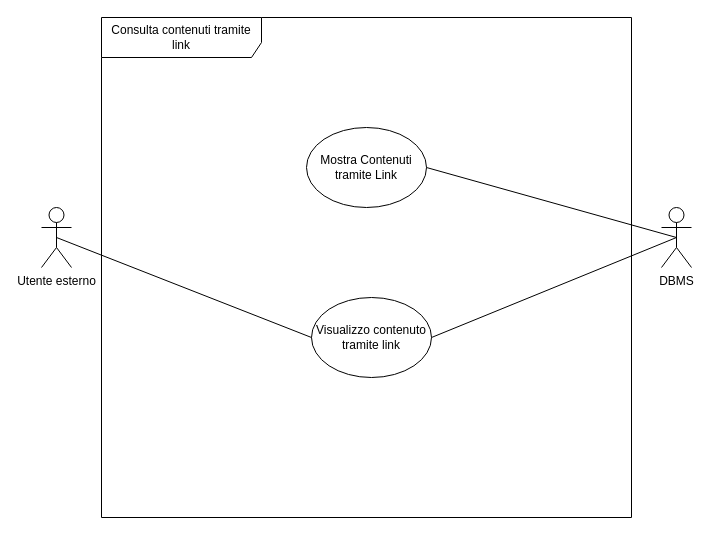
This is page "Visualizza contenuto con link" (13 of 16) of visteD'insiemeDraw/VistaD'insiemeProgetto-2.drawio from SImone1104/IDS, a draw.io file, before an edit. Source tidied: cells renumbered, new cells numbered last; positions are measured from the earlier drawing's top-left corner, leaving out a move shared by most shapes. Both pictures are drawn from the tidied source at 100%, with x=0, y=0 at pixel (41, 17).
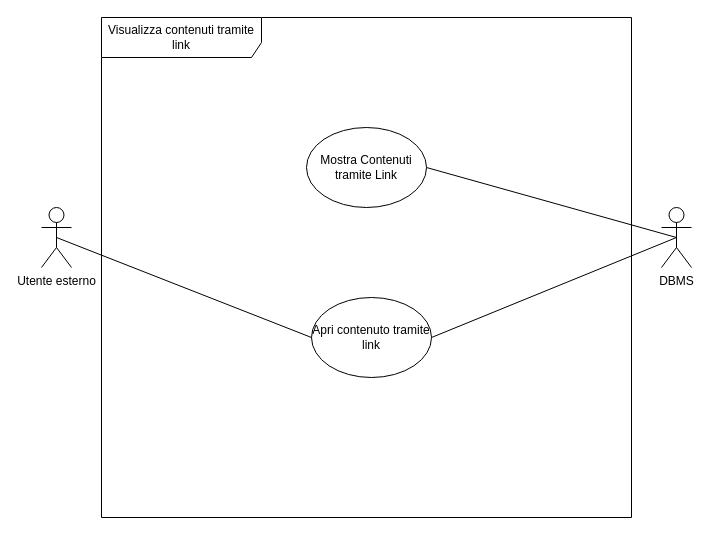
After the change.

What changed in the source:
```diff
@@
 <mxGraphModel>
   <root>
     <mxCell id="0" />
     <mxCell id="1" parent="0" />
     <mxCell id="2" value="Utente esterno" style="shape=umlActor;verticalLabelPosition=bottom;verticalAlign=top;html=1;outlineConnect=0;" parent="1" vertex="1">
       <mxGeometry y="190" width="30" height="60" as="geometry" />
     </mxCell>
     <mxCell id="3" value="&lt;font face=&quot;Helvetica&quot;&gt;Mostra Contenuti tramite Link&lt;/font&gt;" style="ellipse;whiteSpace=wrap;html=1;fillColor=none;" parent="1" vertex="1">
       <mxGeometry x="265" y="110" width="120" height="80" as="geometry" />
     </mxCell>
-    <mxCell id="4" value="Visualizzo contenuto tramite link" style="ellipse;whiteSpace=wrap;html=1;fillColor=none;" parent="1" vertex="1">
+    <mxCell id="4" value="Apri contenuto tramite link" style="ellipse;whiteSpace=wrap;html=1;fillColor=none;" parent="1" vertex="1">
       <mxGeometry x="270" y="280" width="120" height="80" as="geometry" />
     </mxCell>
     <mxCell id="5" value="DBMS" style="shape=umlActor;verticalLabelPosition=bottom;verticalAlign=top;html=1;outlineConnect=0;" parent="1" vertex="1">
       <mxGeometry x="620" y="190" width="30" height="60" as="geometry" />
     </mxCell>
-    <mxCell id="6" value="Consulta contenuti tramite link" style="shape=umlFrame;whiteSpace=wrap;html=1;width=160;height=40;" parent="1" vertex="1">
+    <mxCell id="6" value="Visualizza contenuti tramite link" style="shape=umlFrame;whiteSpace=wrap;html=1;width=160;height=40;" parent="1" vertex="1">
       <mxGeometry x="60" width="530" height="500" as="geometry" />
     </mxCell>
     <mxCell id="7" style="rounded=0;jettySize=auto;html=1;exitX=0.5;exitY=0.5;exitDx=0;exitDy=0;exitPerimeter=0;entryX=0;entryY=0.5;entryDx=0;entryDy=0;endArrow=none;endFill=0;" parent="1" edge="1" source="2" target="4">
       <mxGeometry relative="1" as="geometry" />
     </mxCell>
     <mxCell id="8" style="rounded=0;jettySize=auto;html=1;exitX=1;exitY=0.5;exitDx=0;exitDy=0;entryX=0.5;entryY=0.5;entryDx=0;entryDy=0;endArrow=none;endFill=0;entryPerimeter=0;" parent="1" edge="1" source="4" target="5">
       <mxGeometry relative="1" as="geometry" />
     </mxCell>
     <mxCell id="9" style="rounded=0;jettySize=auto;html=1;exitX=1;exitY=0.5;exitDx=0;exitDy=0;entryX=0.5;entryY=0.5;entryDx=0;entryDy=0;endArrow=none;endFill=0;entryPerimeter=0;" parent="1" edge="1" source="3" target="5">
       <mxGeometry relative="1" as="geometry" />
     </mxCell>
   </root>
 </mxGraphModel>
```
